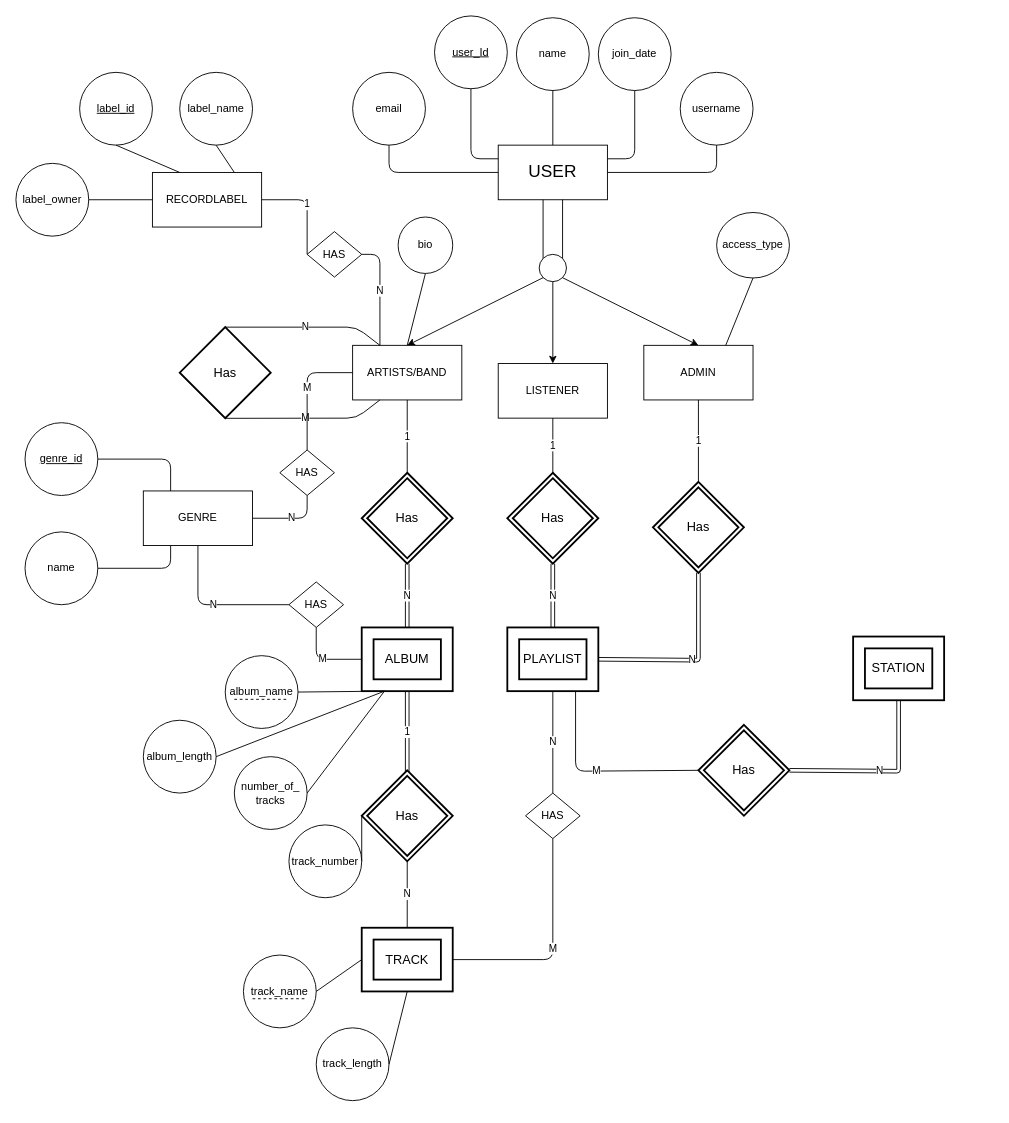
This is Untitled Diagram.drawio from Arianshh/Music_Database, a draw.io file, before an edit. Source tidied: cells renumbered, new cells numbered last; positions are measured from the earlier drawing's top-left corner, leaving out a move shared by most shapes. Both pictures are drawn from the tidied source at 91%, with x=0, y=0 at pixel (15, 15).
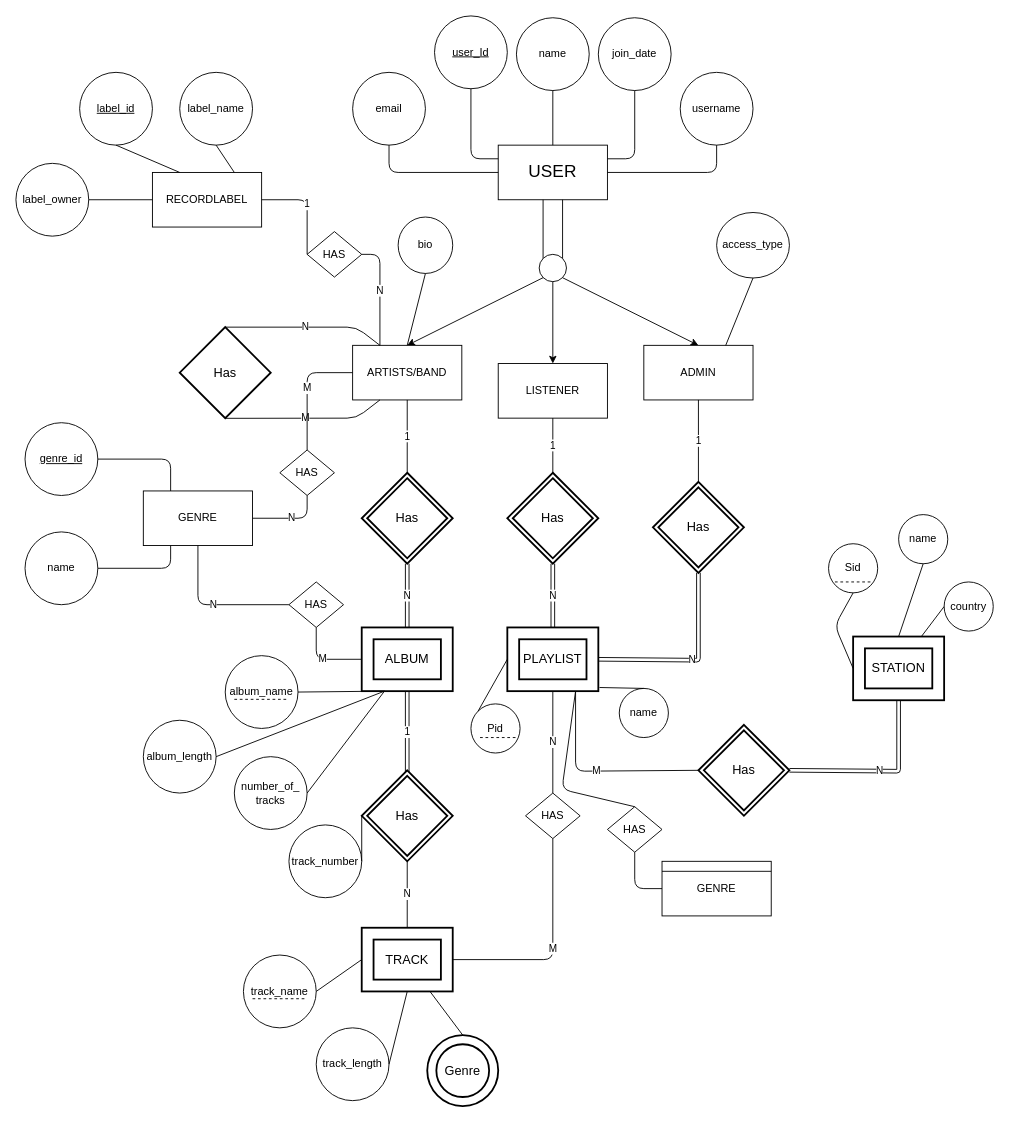
After the change.

Commit message:
Add More Attrs to Music-Project Database

The change refers to these unchanged cells:
```xml
<mxCell id="20" value="TRACK" style="shape=ext;strokeWidth=2;margin=10;double=1;whiteSpace=wrap;html=1;align=center;fontSize=14;" parent="1" vertex="1">
  <mxGeometry x="380" y="1002" width="100" height="70" as="geometry" />
</mxCell>
<mxCell id="33" value="PLAYLIST" style="shape=ext;strokeWidth=2;margin=10;double=1;whiteSpace=wrap;html=1;align=center;fontSize=14;" parent="1" vertex="1">
  <mxGeometry x="540" y="672" width="100" height="70" as="geometry" />
</mxCell>
<mxCell id="43" value="STATION" style="shape=ext;strokeWidth=2;margin=10;double=1;whiteSpace=wrap;html=1;align=center;fontSize=14;" parent="1" vertex="1">
  <mxGeometry x="920" y="682" width="100" height="70" as="geometry" />
</mxCell>
```

What changed in the source:
```diff
@@
+    <mxCell id="85" value="Genre" style="ellipse;shape=doubleEllipse;margin=10;strokeWidth=2;fontSize=14;whiteSpace=wrap;html=1;align=center;" parent="1" vertex="1">
+      <mxGeometry x="452" y="1120" width="78" height="78" as="geometry" />
+    </mxCell>
+    <mxCell id="86" style="endArrow=none;html=1;entryX=0.75;entryY=1;entryDx=0;entryDy=0;exitX=0.5;exitY=0;exitDx=0;exitDy=0;" parent="1" edge="1" source="85" target="20">
+      <mxGeometry relative="1" as="geometry" />
+    </mxCell>
+    <mxCell id="87" value="name" style="ellipse;whiteSpace=wrap;html=1;" parent="1" vertex="1">
+      <mxGeometry x="663" y="739" width="54" height="54" as="geometry" />
+    </mxCell>
+    <mxCell id="88" style="endArrow=none;html=1;exitX=0.5;exitY=0;exitDx=0;exitDy=0;entryX=1.013;entryY=0.943;entryDx=0;entryDy=0;entryPerimeter=0;" parent="1" edge="1" source="87" target="33">
+      <mxGeometry relative="1" as="geometry" />
+    </mxCell>
+    <mxCell id="89" value="Pid" style="ellipse;whiteSpace=wrap;html=1;" parent="1" vertex="1">
+      <mxGeometry x="500" y="756" width="54" height="54" as="geometry" />
+    </mxCell>
+    <mxCell id="90" style="endArrow=none;dashed=1;html=1;" parent="1" edge="1">
+      <mxGeometry relative="1" as="geometry">
+        <mxPoint x="510" y="793" as="sourcePoint" />
+        <mxPoint x="550" y="793" as="targetPoint" />
+      </mxGeometry>
+    </mxCell>
+    <mxCell id="91" style="endArrow=none;html=1;exitX=0;exitY=0.5;exitDx=0;exitDy=0;entryX=0;entryY=0;entryDx=0;entryDy=0;" parent="1" edge="1" source="33" target="89">
+      <mxGeometry relative="1" as="geometry" />
+    </mxCell>
+    <mxCell id="92" value="GENRE" style="rounded=0;whiteSpace=wrap;html=1;" parent="1" vertex="1">
+      <mxGeometry x="710" y="929" width="120" height="60" as="geometry" />
+    </mxCell>
+    <mxCell id="93" style="endArrow=none;html=1;" parent="1" edge="1">
+      <mxGeometry relative="1" as="geometry">
+        <mxPoint x="710" y="940" as="sourcePoint" />
+        <mxPoint x="830" y="940" as="targetPoint" />
+      </mxGeometry>
+    </mxCell>
+    <mxCell id="94" value="HAS" style="rhombus;whiteSpace=wrap;html=1;" parent="1" vertex="1">
+      <mxGeometry x="650" y="869" width="60" height="50" as="geometry" />
+    </mxCell>
+    <mxCell id="95" style="endArrow=none;html=1;entryX=0;entryY=0.5;entryDx=0;entryDy=0;exitX=0.5;exitY=1;exitDx=0;exitDy=0;" parent="1" edge="1" source="94" target="92">
+      <mxGeometry relative="1" as="geometry">
+        <Array as="points">
+          <mxPoint x="680" y="959" />
+        </Array>
+      </mxGeometry>
+    </mxCell>
+    <mxCell id="96" style="endArrow=none;html=1;entryX=0.75;entryY=1;entryDx=0;entryDy=0;exitX=0.5;exitY=0;exitDx=0;exitDy=0;" parent="1" edge="1" source="94" target="33">
+      <mxGeometry relative="1" as="geometry">
+        <Array as="points">
+          <mxPoint x="600" y="850" />
+        </Array>
+      </mxGeometry>
+    </mxCell>
+    <mxCell id="97" value="name" style="ellipse;whiteSpace=wrap;html=1;" parent="1" vertex="1">
+      <mxGeometry x="970" y="548" width="54" height="54" as="geometry" />
+    </mxCell>
+    <mxCell id="98" value="Sid" style="ellipse;whiteSpace=wrap;html=1;" parent="1" vertex="1">
+      <mxGeometry x="893" y="580" width="54" height="54" as="geometry" />
+    </mxCell>
+    <mxCell id="99" value="country" style="ellipse;whiteSpace=wrap;html=1;" parent="1" vertex="1">
+      <mxGeometry x="1020" y="622" width="54" height="54" as="geometry" />
+    </mxCell>
+    <mxCell id="100" style="endArrow=none;dashed=1;html=1;" parent="1" edge="1">
+      <mxGeometry relative="1" as="geometry">
+        <mxPoint x="900" y="622" as="sourcePoint" />
+        <mxPoint x="940" y="622" as="targetPoint" />
+      </mxGeometry>
+    </mxCell>
+    <mxCell id="101" style="endArrow=none;html=1;entryX=0.5;entryY=1;entryDx=0;entryDy=0;exitX=0;exitY=0.5;exitDx=0;exitDy=0;" parent="1" edge="1" source="43" target="98">
+      <mxGeometry relative="1" as="geometry">
+        <Array as="points">
+          <mxPoint x="900" y="670" />
+        </Array>
+      </mxGeometry>
+    </mxCell>
+    <mxCell id="102" style="endArrow=none;html=1;entryX=0.5;entryY=1;entryDx=0;entryDy=0;exitX=0.5;exitY=0;exitDx=0;exitDy=0;" parent="1" edge="1" source="43" target="97">
+      <mxGeometry relative="1" as="geometry" />
+    </mxCell>
+    <mxCell id="103" style="endArrow=none;html=1;entryX=0;entryY=0.5;entryDx=0;entryDy=0;exitX=0.75;exitY=0;exitDx=0;exitDy=0;" parent="1" edge="1" source="43" target="99">
+      <mxGeometry relative="1" as="geometry" />
+    </mxCell>
```
